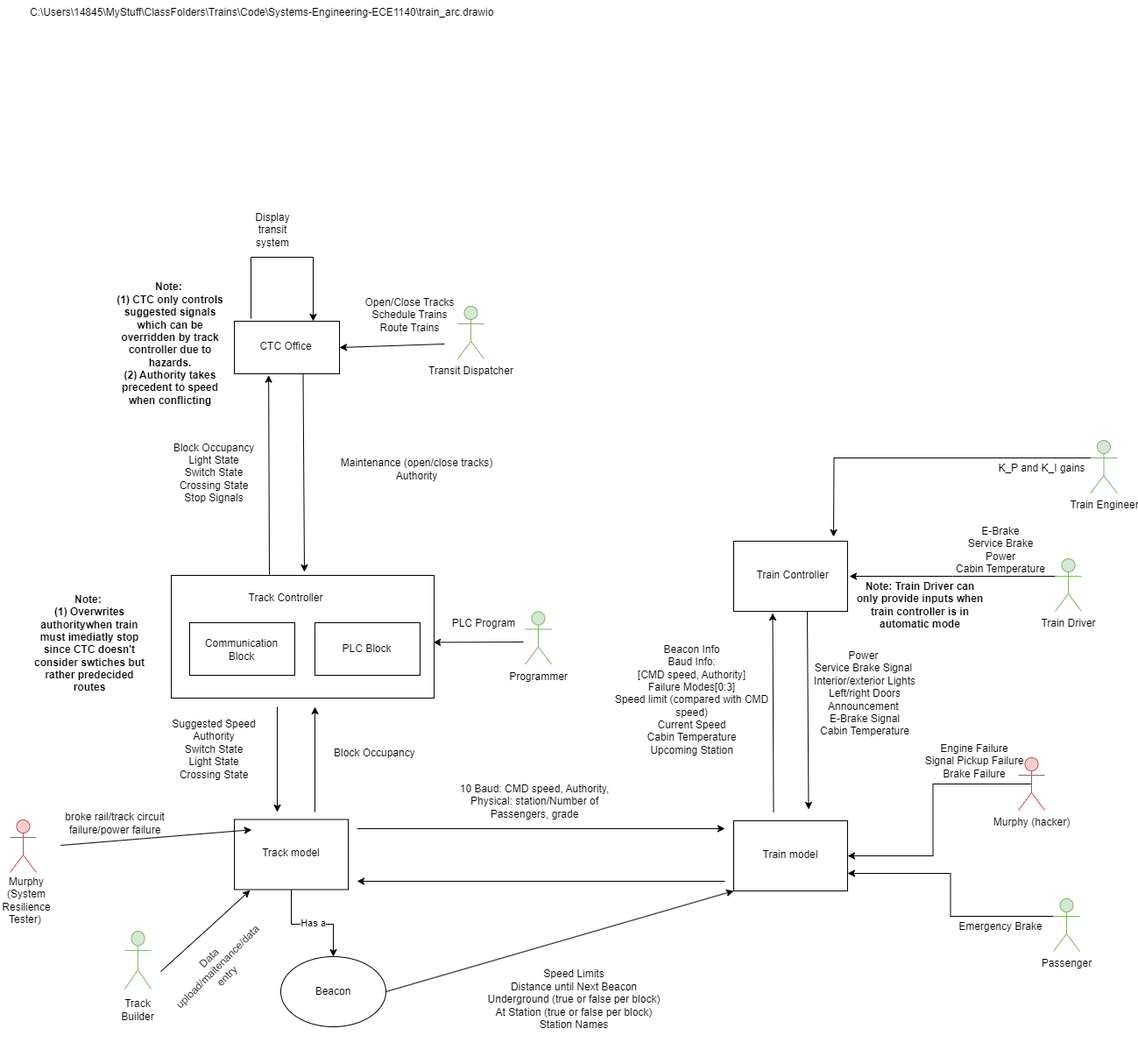
The draw.io diagram Architecture_Group3.png in lao57/Systems-Engineering-ECE1140, before a commit. Source tidied: cells renumbered, new cells last; positions are measured from the earlier drawing's top-left corner, leaving out a move shared by most shapes.
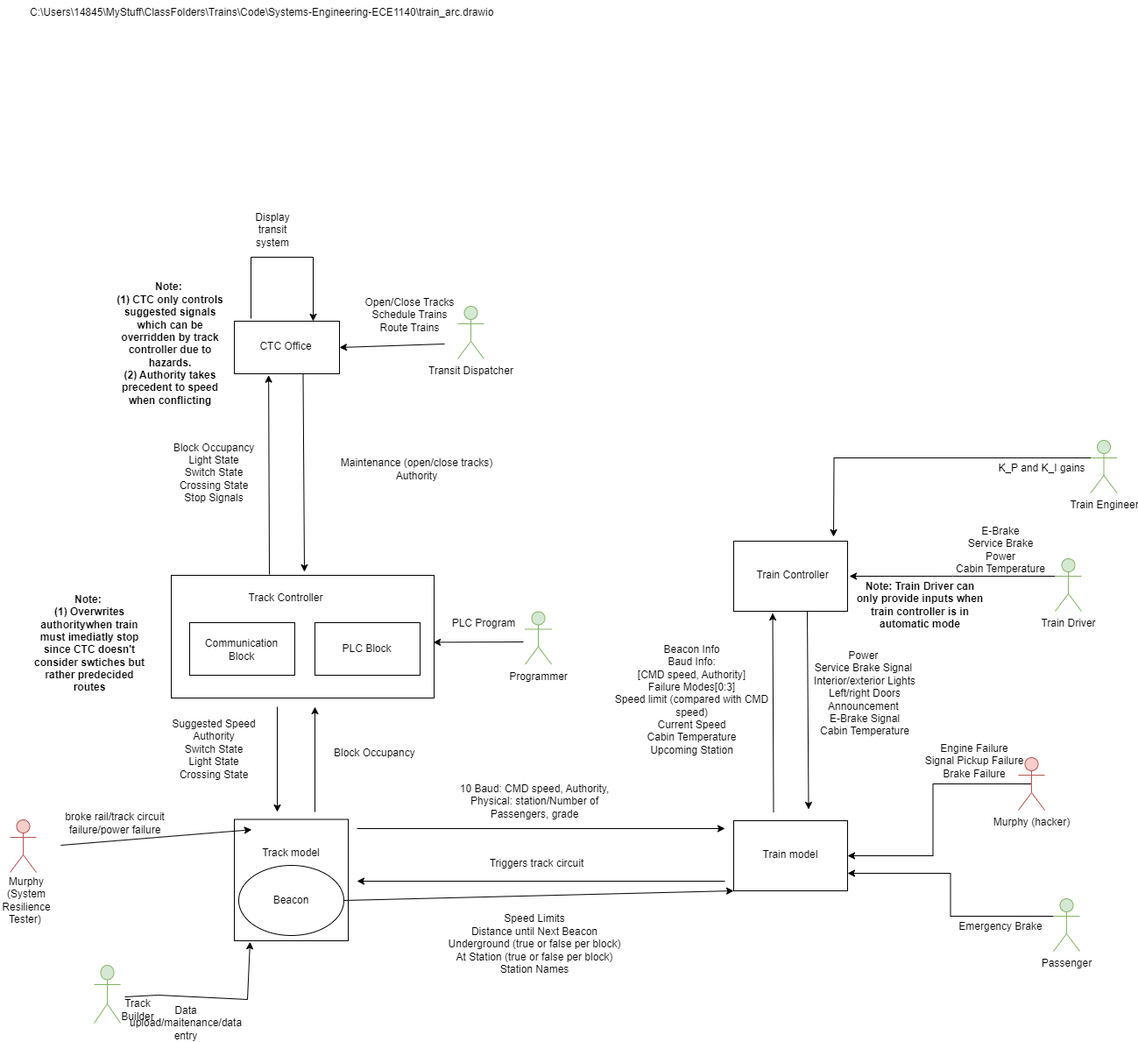
Above is the later version.

Change to the diagram source:
```diff
@@ -78,7 +78,7 @@
       </mxGeometry>
     </mxCell>
     <mxCell id="21" style="rounded=0;whiteSpace=wrap;html=1;" parent="1" vertex="1">
-      <mxGeometry x="267" y="934.5" width="130" height="80" as="geometry" />
+      <mxGeometry x="267" y="934.5" width="130" height="138.5" as="geometry" />
     </mxCell>
     <mxCell id="22" value="&lt;div&gt;Track model&lt;br&gt;&lt;/div&gt;" style="text;html=1;align=center;verticalAlign=middle;whiteSpace=wrap;rounded=0;" parent="1" vertex="1">
       <mxGeometry x="292" y="955.5" width="80" height="35" as="geometry" />
@@ -99,7 +99,7 @@
       <mxGeometry x="501" y="855" width="218" height="117" as="geometry" />
     </mxCell>
     <mxCell id="26" value="&lt;div&gt;&lt;span style=&quot;background-color: transparent; color: light-dark(rgb(0, 0, 0), rgb(255, 255, 255));&quot;&gt;Speed Limits&lt;/span&gt;&lt;/div&gt;&lt;div&gt;Distance until Next Beacon&lt;/div&gt;&lt;div&gt;Underground (true or false per block)&lt;/div&gt;&lt;div&gt;At Station (true or false per block)&lt;/div&gt;&lt;div&gt;Station Names&lt;/div&gt;&lt;div&gt;&lt;br&gt;&lt;/div&gt;" style="text;html=1;align=center;verticalAlign=middle;whiteSpace=wrap;rounded=0;" parent="1" vertex="1">
-      <mxGeometry x="552" y="1088.4" width="206" height="117" as="geometry" />
+      <mxGeometry x="507" y="1025" width="206" height="117" as="geometry" />
     </mxCell>
     <mxCell id="27" style="endArrow=classic;html=1;rounded=0;" parent="1" edge="1">
       <mxGeometry relative="1" as="geometry">
@@ -141,7 +141,7 @@
       <mxGeometry relative="1" as="geometry" />
     </mxCell>
     <mxCell id="38" value="Beacon" style="ellipse;whiteSpace=wrap;html=1;" parent="1" vertex="1">
-      <mxGeometry x="320" y="1091" width="120" height="80" as="geometry" />
+      <mxGeometry x="272" y="987" width="120" height="80" as="geometry" />
     </mxCell>
     <mxCell id="39" style="edgeStyle=orthogonalEdgeStyle;rounded=0;jettySize=auto;html=1;exitX=0.5;exitY=0.5;exitDx=0;exitDy=0;exitPerimeter=0;entryX=1;entryY=0.5;entryDx=0;entryDy=0;" parent="1" edge="1" source="40" target="17">
       <mxGeometry relative="1" as="geometry" />
@@ -218,24 +218,24 @@
       <mxGeometry y="1012" width="60" height="30" as="geometry" />
     </mxCell>
     <mxCell id="59" value="Programmer" style="shape=umlActor;verticalLabelPosition=bottom;verticalAlign=top;html=1;fillColor=#d5e8d4;strokeColor=#82b366;fontColor=none;noLabel=1;" parent="1" vertex="1">
-      <mxGeometry x="142" y="1062" width="30" height="66" as="geometry" />
+      <mxGeometry x="107" y="1101" width="30" height="66" as="geometry" />
     </mxCell>
     <mxCell id="60" value="Track Builder" style="text;html=1;align=center;verticalAlign=middle;whiteSpace=wrap;rounded=0;" parent="1" vertex="1">
       <mxGeometry x="127" y="1137" width="60" height="30" as="geometry" />
     </mxCell>
-    <mxCell id="61" style="endArrow=classic;html=1;rounded=0;entryX=0.138;entryY=1.009;entryDx=0;entryDy=0;entryPerimeter=0;" parent="1" edge="1" target="21">
+    <mxCell id="61" style="endArrow=classic;html=1;rounded=0;entryX=0.138;entryY=1.009;entryDx=0;entryDy=0;entryPerimeter=0;exitX=0.25;exitY=0;exitDx=0;exitDy=0;" parent="1" edge="1" source="60" target="21">
       <mxGeometry relative="1" as="geometry">
-        <mxPoint x="183" y="1108" as="sourcePoint" />
         <Array as="points">
-          <mxPoint x="247" y="1050" />
+          <mxPoint x="180" y="1135" />
+          <mxPoint x="282" y="1140" />
         </Array>
       </mxGeometry>
     </mxCell>
     <mxCell id="62" value="broke rail/track circuit failure/power failure" style="text;html=1;align=center;verticalAlign=middle;whiteSpace=wrap;rounded=0;" parent="1" vertex="1">
       <mxGeometry x="67" y="924" width="128" height="30" as="geometry" />
     </mxCell>
-    <mxCell id="63" value="Data upload/maitenance/data entry" style="text;html=1;align=center;verticalAlign=middle;whiteSpace=wrap;rounded=0;rotation=-45;" parent="1" vertex="1">
-      <mxGeometry x="199.6" y="1088.4" width="98" height="30" as="geometry" />
+    <mxCell id="63" value="Data upload/maitenance/data entry" style="text;html=1;align=center;verticalAlign=middle;whiteSpace=wrap;rounded=0;rotation=0;" parent="1" vertex="1">
+      <mxGeometry x="163" y="1152" width="98" height="30" as="geometry" />
     </mxCell>
     <mxCell id="64" value="Transit Dispatcher" style="shape=umlActor;verticalLabelPosition=bottom;verticalAlign=top;html=1;fillColor=#d5e8d4;strokeColor=#82b366;" parent="1" vertex="1">
       <mxGeometry x="522" y="349" width="30" height="60" as="geometry" />
@@ -251,5 +251,8 @@
     <mxCell id="67" value="&lt;b&gt;Note:&amp;nbsp;&lt;/b&gt;&lt;div&gt;&lt;b&gt;(1) Overwrites authoritywhen train must imediatly stop since CTC doesn't consider swtiches but rather predecided routes&lt;/b&gt;&lt;/div&gt;&lt;div&gt;&lt;div&gt;&lt;b&gt;&lt;br&gt;&lt;/b&gt;&lt;/div&gt;&lt;/div&gt;" style="text;html=1;align=center;verticalAlign=middle;whiteSpace=wrap;rounded=0;" parent="1" vertex="1">
       <mxGeometry x="35" y="657" width="134" height="167" as="geometry" />
     </mxCell>
+    <mxCell id="68" value="Triggers track circuit" style="text;html=1;align=center;verticalAlign=middle;strokeColor=none;fillColor=none;" parent="1" vertex="1">
+      <mxGeometry x="549" y="972" width="126" height="26" as="geometry" />
+    </mxCell>
   </root>
 </mxGraphModel>
```
